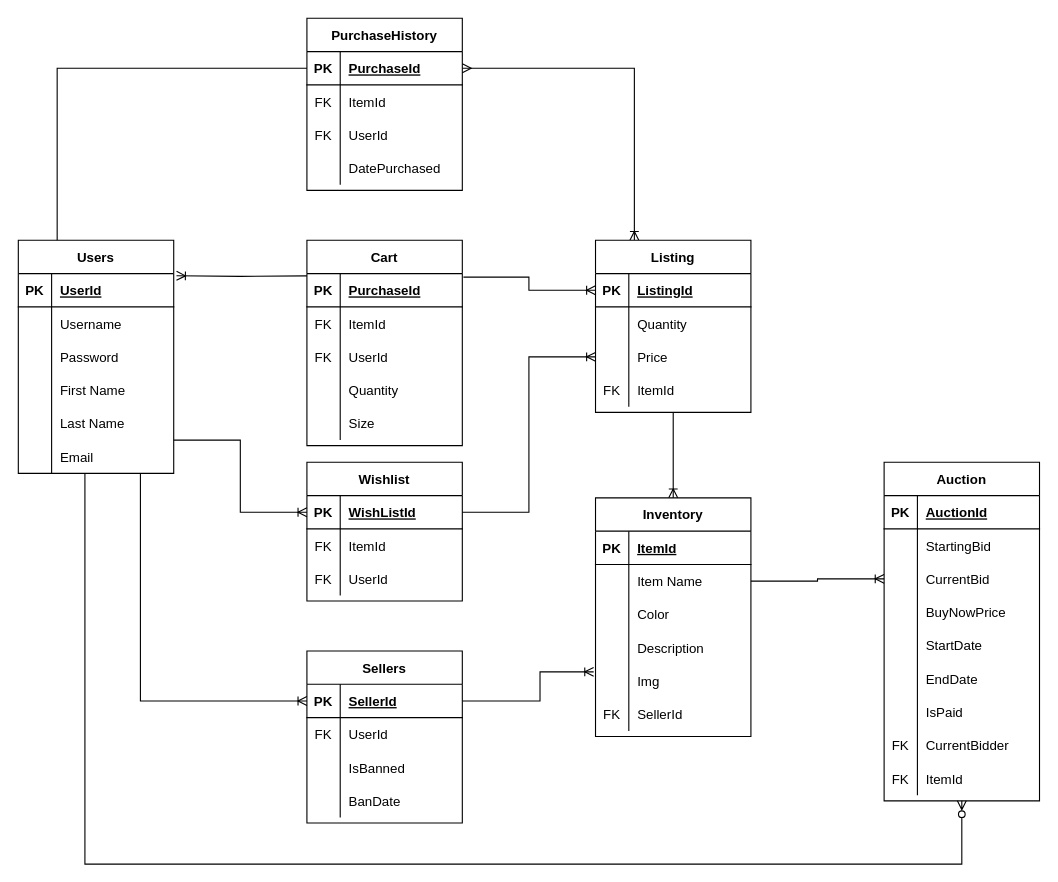
Before: Deliverable 2/Shufflewear.drawio in AlvinAlagos/E-CommerceProject, a draw.io diagram. Source tidied: cells renumbered, new cells numbered last; positions are measured from the earlier drawing's top-left corner, leaving out a move shared by most shapes. Both pictures are drawn from the tidied source at 111%, with x=0, y=0 at pixel (18, 18).
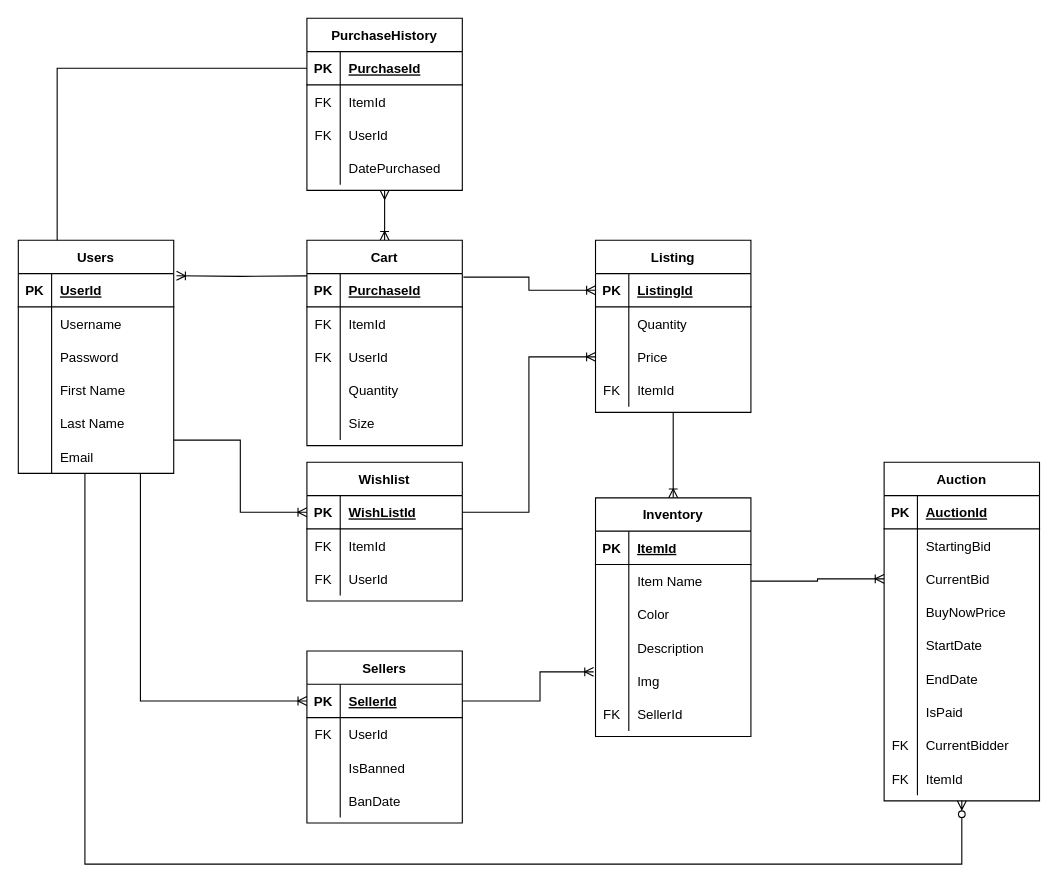
The same page after the edit.

Commit message:
fixed connection for purchase history and cart

Unchanged cells that the change refers to:
```xml
<mxCell id="56" value="Cart" style="shape=table;startSize=30;childLayout=tableLayout;rowLines=0;fontStyle=1;align=center;" parent="1" vertex="1">
  <mxGeometry x="260" y="200" width="140" height="185" as="geometry" />
</mxCell>
<mxCell id="113" value="PurchaseHistory" style="shape=table;startSize=30;childLayout=tableLayout;rowLines=0;fontStyle=1;align=center;" parent="1" vertex="1">
  <mxGeometry x="260" width="140" height="155" as="geometry" />
</mxCell>
<mxCell id="114" style="shape=partialRectangle;fillColor=none;points=[[0,0.5],[1,0.5]];portConstraint=eastwest;top=0;left=0;right=0;bottom=1;" parent="113" vertex="1">
  <mxGeometry y="30" width="140" height="30" as="geometry" />
</mxCell>
<mxCell id="129" value="Listing" style="shape=table;startSize=30;childLayout=tableLayout;rowLines=0;fontStyle=1;align=center;" parent="1" vertex="1">
  <mxGeometry x="520" y="200" width="140" height="155" as="geometry" />
</mxCell>
```

The edit, as a diff of the source:
```diff
@@
-    <mxCell id="15" style="edgeStyle=orthogonalEdgeStyle;rounded=0;jettySize=auto;html=1;startArrow=ERoneToMany;startFill=0;endArrow=ERmany;endFill=0;entryX=1;entryY=0.5;entryDx=0;entryDy=0;exitX=0.25;exitY=0;exitDx=0;exitDy=0;" parent="1" edge="1" source="129" target="114">
+    <mxCell id="15" style="edgeStyle=orthogonalEdgeStyle;rounded=0;jettySize=auto;html=1;startArrow=ERoneToMany;startFill=0;endArrow=ERmany;endFill=0;entryX=0.5;entryY=1;entryDx=0;entryDy=0;exitX=0.5;exitY=0;exitDx=0;exitDy=0;" parent="1" edge="1" source="56" target="113">
       <mxGeometry relative="1" as="geometry" />
     </mxCell>
```
